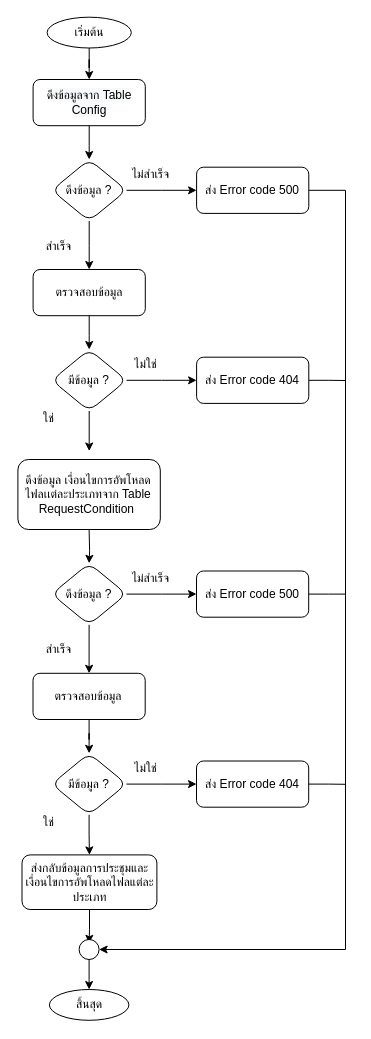
Before: meetingInfo.drawio in charifrodmanee/charifrodmanee, a draw.io diagram. Source tidied: cells renumbered, new cells numbered last; positions are measured from the earlier drawing's top-left corner, leaving out a move shared by most shapes. Both pictures are drawn from the tidied source at 100%, with x=0, y=0 at pixel (17, 17).
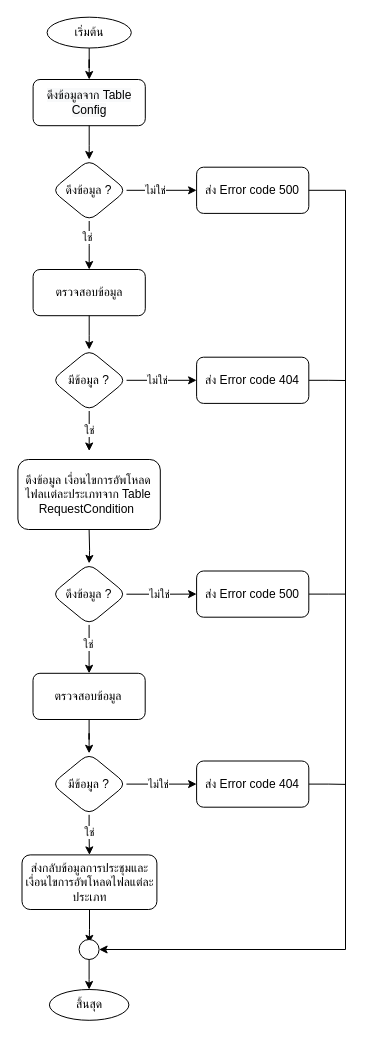
The same diagram, later.

The change refers to these unchanged cells:
```xml
<mxCell id="7" style="edgeStyle=orthogonalEdgeStyle;rounded=0;jettySize=auto;html=1;entryX=0;entryY=0.5;entryDx=0;entryDy=0;endArrow=classic;endFill=1;" parent="1" edge="1" source="9" target="5">
  <mxGeometry relative="1" as="geometry" />
</mxCell>
<mxCell id="8" style="edgeStyle=orthogonalEdgeStyle;rounded=0;jettySize=auto;html=1;endArrow=classic;endFill=1;" parent="1" edge="1" source="9" target="6">
  <mxGeometry relative="1" as="geometry" />
</mxCell>
<mxCell id="13" style="edgeStyle=orthogonalEdgeStyle;rounded=0;jettySize=auto;html=1;entryX=0;entryY=0.5;entryDx=0;entryDy=0;endArrow=classic;endFill=1;" parent="1" edge="1" source="14" target="17">
  <mxGeometry relative="1" as="geometry" />
</mxCell>
<mxCell id="14" value="มีข้อมูล ?" style="rhombus;whiteSpace=wrap;html=1;rounded=1;" parent="1" vertex="1">
  <mxGeometry x="34.3" y="332" width="74.8" height="61.5" as="geometry" />
</mxCell>
```

Diff of the diagram source:
```diff
@@
+    <mxCell id="46" value="ไม่ใช่" style="edgeLabel;html=1;align=center;verticalAlign=middle;" parent="7" vertex="1">
+      <mxGeometry x="-0.2" relative="1" as="geometry" />
+    </mxCell>
@@
+    <mxCell id="47" value="ใช่" style="edgeLabel;html=1;align=center;verticalAlign=middle;" parent="8" vertex="1">
+      <mxGeometry x="-0.36" y="-2" relative="1" as="geometry" />
+    </mxCell>
@@
-    <mxCell id="11" value="ไม่สำเร็จ" style="text;html=1;align=center;verticalAlign=middle;strokeColor=none;fillColor=none;" parent="1" vertex="1">
-      <mxGeometry x="98" y="142" width="70" height="30" as="geometry" />
-    </mxCell>
-    <mxCell id="12" value="สำเร็จ" style="text;html=1;align=center;verticalAlign=middle;strokeColor=none;fillColor=none;" parent="1" vertex="1">
-      <mxGeometry x="15.5" y="213.5" width="50" height="30" as="geometry" />
-    </mxCell>
@@
+    <mxCell id="48" value="ไม่ใช่" style="edgeLabel;html=1;align=center;verticalAlign=middle;" parent="13" vertex="1">
+      <mxGeometry x="-0.23" y="3" relative="1" as="geometry">
+        <mxPoint x="3" y="3" as="offset" />
+      </mxGeometry>
+    </mxCell>
@@
-    <mxCell id="18" value="ไม่ใช่" style="text;html=1;align=center;verticalAlign=middle;strokeColor=none;fillColor=none;" parent="1" vertex="1">
-      <mxGeometry x="103" y="332" width="50" height="30" as="geometry" />
-    </mxCell>
-    <mxCell id="19" value="ใช่" style="text;html=1;align=center;verticalAlign=middle;strokeColor=none;fillColor=none;" parent="1" vertex="1">
-      <mxGeometry x="10.5" y="385.8" width="40" height="30" as="geometry" />
-    </mxCell>
-    <mxCell id="20" style="edgeStyle=orthogonalEdgeStyle;rounded=0;jettySize=auto;html=1;endArrow=classic;endFill=1;entryX=0.5;entryY=0;entryDx=0;entryDy=0;" parent="1" edge="1" source="14">
-      <mxGeometry relative="1" as="geometry">
+    <mxCell id="20" value="ใช่" style="edgeStyle=orthogonalEdgeStyle;rounded=0;jettySize=auto;html=1;endArrow=classic;endFill=1;entryX=0.5;entryY=0;entryDx=0;entryDy=0;" parent="1" edge="1" source="14">
+      <mxGeometry x="-0.08" relative="1" as="geometry">
         <mxPoint x="71.7" y="433.5" as="targetPoint" />
       </mxGeometry>
     </mxCell>
@@
-    <mxCell id="23" style="group;" parent="1" vertex="1">
-      <mxGeometry x="0.4" y="512" width="327.5" height="490.8" as="geometry" />
-    </mxCell>
+    <mxCell id="45" style="edgeStyle=orthogonalEdgeStyle;rounded=0;jettySize=auto;html=1;endArrow=none;endFill=0;" parent="1" edge="1" source="24">
+      <mxGeometry relative="1" as="geometry">
+        <mxPoint x="328" y="576.6" as="targetPoint" />
+      </mxGeometry>
+    </mxCell>
-    <mxCell id="24" value="ส่ง Error code 500" style="whiteSpace=wrap;html=1;rounded=1;" parent="23" vertex="1">
-      <mxGeometry x="178.6" y="41.5" width="112.2" height="46.2" as="geometry" />
+    <mxCell id="24" value="ส่ง Error code 500" style="whiteSpace=wrap;html=1;rounded=1;" parent="1" vertex="1">
+      <mxGeometry x="179.1" y="553.5" width="112.2" height="46.2" as="geometry" />
     </mxCell>
-    <mxCell id="25" value="ตรวจสอบข้อมูล" style="whiteSpace=wrap;html=1;rounded=1;" parent="23" vertex="1">
-      <mxGeometry x="15.1" y="143.8" width="112.2" height="46.2" as="geometry" />
+    <mxCell id="25" value="ตรวจสอบข้อมูล" style="whiteSpace=wrap;html=1;rounded=1;" parent="1" vertex="1">
+      <mxGeometry x="15.5" y="655.8" width="112.2" height="46.2" as="geometry" />
     </mxCell>
-    <mxCell id="26" style="edgeStyle=orthogonalEdgeStyle;rounded=0;jettySize=auto;html=1;entryX=0;entryY=0.5;entryDx=0;entryDy=0;endArrow=classic;endFill=1;" parent="23" edge="1" source="28" target="24">
+    <mxCell id="26" style="edgeStyle=orthogonalEdgeStyle;rounded=0;jettySize=auto;html=1;entryX=0;entryY=0.5;entryDx=0;entryDy=0;endArrow=classic;endFill=1;" parent="1" edge="1" source="28" target="24">
       <mxGeometry relative="1" as="geometry" />
     </mxCell>
+    <mxCell id="49" value="ไม่ใช่" style="edgeLabel;html=1;align=center;verticalAlign=middle;" parent="26" vertex="1">
+      <mxGeometry x="-0.06" relative="1" as="geometry" />
+    </mxCell>
-    <mxCell id="27" style="edgeStyle=orthogonalEdgeStyle;rounded=0;jettySize=auto;html=1;endArrow=classic;endFill=1;" parent="23" edge="1" source="28" target="25">
+    <mxCell id="27" style="edgeStyle=orthogonalEdgeStyle;rounded=0;jettySize=auto;html=1;endArrow=classic;endFill=1;" parent="1" edge="1" source="28" target="25">
       <mxGeometry relative="1" as="geometry" />
     </mxCell>
+    <mxCell id="50" value="ใช่" style="edgeLabel;html=1;align=center;verticalAlign=middle;" parent="27" vertex="1">
+      <mxGeometry x="-0.21" y="-1" relative="1" as="geometry" />
+    </mxCell>
-    <mxCell id="28" value="ดึงข้อมูล ?" style="rhombus;whiteSpace=wrap;html=1;rounded=1;" parent="23" vertex="1">
-      <mxGeometry x="33.8" y="33.8" width="74.8" height="61.5" as="geometry" />
+    <mxCell id="28" value="ดึงข้อมูล ?" style="rhombus;whiteSpace=wrap;html=1;rounded=1;" parent="1" vertex="1">
+      <mxGeometry x="34.2" y="545.9" width="74.8" height="61.5" as="geometry" />
     </mxCell>
-    <mxCell id="29" style="edgeStyle=orthogonalEdgeStyle;rounded=0;jettySize=auto;html=1;endArrow=classic;endFill=1;" parent="23" edge="1" target="28">
+    <mxCell id="29" style="edgeStyle=orthogonalEdgeStyle;rounded=0;jettySize=auto;html=1;endArrow=classic;endFill=1;" parent="1" edge="1" target="28">
       <mxGeometry relative="1" as="geometry">
-        <mxPoint x="71.2" as="sourcePoint" />
+        <mxPoint x="71.6" y="512" as="sourcePoint" />
       </mxGeometry>
     </mxCell>
-    <mxCell id="30" value="ไม่สำเร็จ" style="text;html=1;align=center;verticalAlign=middle;strokeColor=none;fillColor=none;" parent="23" vertex="1">
-      <mxGeometry x="97.6" y="33.9" width="70" height="30" as="geometry" />
-    </mxCell>
-    <mxCell id="31" value="สำเร็จ" style="text;html=1;align=center;verticalAlign=middle;strokeColor=none;fillColor=none;" parent="23" vertex="1">
-      <mxGeometry x="15.1" y="105.4" width="50" height="30" as="geometry" />
-    </mxCell>
-    <mxCell id="32" value="มีข้อมูล ?" style="rhombus;whiteSpace=wrap;html=1;rounded=1;" parent="23" vertex="1">
-      <mxGeometry x="33.8" y="223.8" width="74.8" height="61.5" as="geometry" />
+    <mxCell id="32" value="มีข้อมูล ?" style="rhombus;whiteSpace=wrap;html=1;rounded=1;" parent="1" vertex="1">
+      <mxGeometry x="34.2" y="735.8" width="74.8" height="61.5" as="geometry" />
     </mxCell>
-    <mxCell id="33" style="edgeStyle=orthogonalEdgeStyle;rounded=0;jettySize=auto;html=1;endArrow=classic;endFill=1;" parent="23" edge="1" source="25" target="32">
+    <mxCell id="33" style="edgeStyle=orthogonalEdgeStyle;rounded=0;jettySize=auto;html=1;endArrow=classic;endFill=1;" parent="1" edge="1" source="25" target="32">
       <mxGeometry relative="1" as="geometry" />
     </mxCell>
-    <mxCell id="34" style="edgeStyle=orthogonalEdgeStyle;rounded=0;jettySize=auto;html=1;endArrow=none;endFill=0;" parent="23" edge="1" source="35">
+    <mxCell id="34" style="edgeStyle=orthogonalEdgeStyle;rounded=0;jettySize=auto;html=1;endArrow=none;endFill=0;" parent="1" edge="1" source="35">
       <mxGeometry relative="1" as="geometry">
-        <mxPoint x="327.5" y="254.8" as="targetPoint" />
+        <mxPoint x="328" y="766.9" as="targetPoint" />
       </mxGeometry>
     </mxCell>
-    <mxCell id="35" value="ส่ง Error code 404" style="whiteSpace=wrap;html=1;rounded=1;" parent="23" vertex="1">
-      <mxGeometry x="178.6" y="231.5" width="112.2" height="46.2" as="geometry" />
+    <mxCell id="35" value="ส่ง Error code 404" style="whiteSpace=wrap;html=1;rounded=1;" parent="1" vertex="1">
+      <mxGeometry x="179.1" y="743.5" width="112.2" height="46.2" as="geometry" />
     </mxCell>
-    <mxCell id="36" style="edgeStyle=orthogonalEdgeStyle;rounded=0;jettySize=auto;html=1;entryX=0;entryY=0.5;entryDx=0;entryDy=0;endArrow=classic;endFill=1;" parent="23" edge="1" source="32" target="35">
+    <mxCell id="36" style="edgeStyle=orthogonalEdgeStyle;rounded=0;jettySize=auto;html=1;entryX=0;entryY=0.5;entryDx=0;entryDy=0;endArrow=classic;endFill=1;" parent="1" edge="1" source="32" target="35">
       <mxGeometry relative="1" as="geometry" />
     </mxCell>
-    <mxCell id="37" value="ไม่ใช่" style="text;html=1;align=center;verticalAlign=middle;strokeColor=none;fillColor=none;" parent="23" vertex="1">
-      <mxGeometry x="102.6" y="223.8" width="50" height="30" as="geometry" />
-    </mxCell>
-    <mxCell id="38" value="ใช่" style="text;html=1;align=center;verticalAlign=middle;strokeColor=none;fillColor=none;" parent="23" vertex="1">
-      <mxGeometry x="10.1" y="277.7" width="40" height="30" as="geometry" />
-    </mxCell>
+    <mxCell id="51" value="ไม่ใช่" style="edgeLabel;html=1;align=center;verticalAlign=middle;" parent="36" vertex="1">
+      <mxGeometry x="-0.1" relative="1" as="geometry" />
+    </mxCell>
-    <mxCell id="39" value="ส่งกลับข้อมูลการประชุมและเงื่อนไขการอัพโหลดไฟลแต่ละประเภท" style="whiteSpace=wrap;html=1;rounded=1;" parent="23" vertex="1">
-      <mxGeometry x="4.1" y="325.4" width="134.9" height="54.6" as="geometry" />
+    <mxCell id="39" value="ส่งกลับข้อมูลการประชุมและเงื่อนไขการอัพโหลดไฟลแต่ละประเภท" style="whiteSpace=wrap;html=1;rounded=1;" parent="1" vertex="1">
+      <mxGeometry x="4.5" y="837.4" width="134.9" height="54.6" as="geometry" />
     </mxCell>
-    <mxCell id="40" style="edgeStyle=orthogonalEdgeStyle;rounded=0;jettySize=auto;html=1;endArrow=classic;endFill=1;entryX=0.5;entryY=0;entryDx=0;entryDy=0;" parent="23" edge="1" source="32" target="39">
+    <mxCell id="40" style="edgeStyle=orthogonalEdgeStyle;rounded=0;jettySize=auto;html=1;endArrow=classic;endFill=1;entryX=0.5;entryY=0;entryDx=0;entryDy=0;" parent="1" edge="1" source="32" target="39">
       <mxGeometry relative="1" as="geometry" />
     </mxCell>
+    <mxCell id="52" value="ใช่" style="edgeLabel;html=1;align=center;verticalAlign=middle;" parent="40" vertex="1">
+      <mxGeometry x="-0.14" relative="1" as="geometry" />
+    </mxCell>
-    <mxCell id="41" style="edgeStyle=orthogonalEdgeStyle;rounded=0;jettySize=auto;html=1;" parent="23" edge="1" source="39">
+    <mxCell id="41" style="edgeStyle=orthogonalEdgeStyle;rounded=0;jettySize=auto;html=1;" parent="1" edge="1" source="39">
       <mxGeometry relative="1" as="geometry">
-        <mxPoint x="71.2" y="413.8" as="targetPoint" />
+        <mxPoint x="71.7" y="925.8" as="targetPoint" />
       </mxGeometry>
     </mxCell>
-    <mxCell id="42" style="ellipse;whiteSpace=wrap;html=1;" parent="23" vertex="1">
-      <mxGeometry x="61.2" y="410" width="20" height="20" as="geometry" />
+    <mxCell id="42" style="ellipse;whiteSpace=wrap;html=1;" parent="1" vertex="1">
+      <mxGeometry x="61.6" y="922" width="20" height="20" as="geometry" />
     </mxCell>
-    <mxCell id="43" value="สิ้นสุด" style="ellipse;whiteSpace=wrap;html=1;rounded=1;glass=0;strokeWidth=1;shadow=0;" parent="23" vertex="1">
-      <mxGeometry x="31.5" y="460" width="79.5" height="30.8" as="geometry" />
+    <mxCell id="43" value="สิ้นสุด" style="ellipse;whiteSpace=wrap;html=1;rounded=1;glass=0;strokeWidth=1;shadow=0;" parent="1" vertex="1">
+      <mxGeometry x="31.9" y="972" width="79.5" height="30.8" as="geometry" />
     </mxCell>
-    <mxCell id="44" style="edgeStyle=orthogonalEdgeStyle;rounded=0;jettySize=auto;html=1;endArrow=classic;endFill=1;" parent="23" edge="1" source="42" target="43">
+    <mxCell id="44" style="edgeStyle=orthogonalEdgeStyle;rounded=0;jettySize=auto;html=1;endArrow=classic;endFill=1;" parent="1" edge="1" source="42" target="43">
       <mxGeometry relative="1" as="geometry" />
     </mxCell>
-    <mxCell id="45" style="edgeStyle=orthogonalEdgeStyle;rounded=0;jettySize=auto;html=1;endArrow=none;endFill=0;" parent="1" edge="1" source="24">
-      <mxGeometry relative="1" as="geometry">
-        <mxPoint x="328" y="576.6" as="targetPoint" />
-      </mxGeometry>
-    </mxCell>
```
